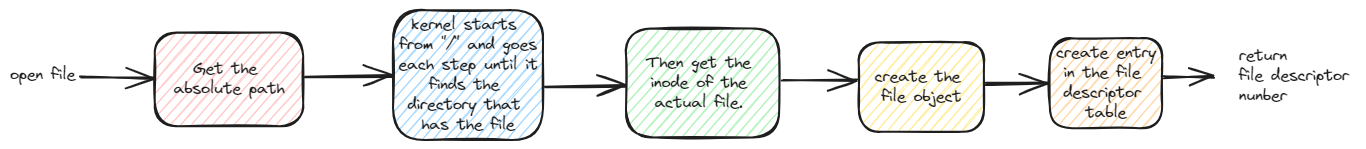
Before: static/img/access-file-inode.excalidraw.png, a diagram exported from Excalidraw (swaroopar/inprogress-engineer). Source tidied: one line per element, renumbered; positions are measured from the earlier drawing's top-left corner, leaving out a move shared by most shapes. Source of this version:
```json
{"id": 0, "type": "rectangle", "strokeColor": "#1e1e1e", "backgroundColor": "#ffc9c9", "fillStyle": "hachure", "strokeWidth": 2, "roughness": 1, "round": true, "x": 145, "y": 23, "width": 148, "height": 94}
{"id": 1, "type": "text", "text": "Get the \nabsolute path", "strokeColor": "#1e1e1e", "strokeWidth": 2, "roughness": 1, "fontSize": 16, "fontFamily": 1, "textAlign": "center", "verticalAlign": "middle", "inside": 0, "x": 164, "y": 49, "width": 111, "height": 40}
{"id": 2, "type": "arrow", "strokeColor": "#1e1e1e", "strokeWidth": 2, "roughness": 1, "endArrowhead": "arrow", "round": true, "x": 294, "y": 67, "width": 88, "height": 0, "points": [[0, 0], [88, 0]]}
{"id": 3, "type": "rectangle", "strokeColor": "#1e1e1e", "backgroundColor": "#a5d8ff", "fillStyle": "hachure", "strokeWidth": 2, "roughness": 1, "round": true, "x": 383, "y": 0, "width": 150, "height": 130}
{"id": 4, "type": "text", "text": "kernel starts \nfrom \"/\" and goes\neach step until it\nfinds the \ndirectory that \nhas the file", "strokeColor": "#1e1e1e", "strokeWidth": 2, "roughness": 1, "fontSize": 16, "fontFamily": 1, "textAlign": "center", "verticalAlign": "middle", "inside": 3, "x": 388, "y": 5, "width": 140, "height": 120}
{"id": 5, "type": "arrow", "strokeColor": "#1e1e1e", "strokeWidth": 2, "roughness": 1, "endArrowhead": "arrow", "round": true, "x": 535, "y": 76, "width": 80, "height": 0, "points": [[0, 0], [80, 0]]}
{"id": 6, "type": "rectangle", "strokeColor": "#1e1e1e", "backgroundColor": "#b2f2bb", "fillStyle": "hachure", "strokeWidth": 2, "roughness": 1, "round": true, "x": 616, "y": 19, "width": 153, "height": 109}
{"id": 7, "type": "text", "text": "Then get the \ninode of the \nactual file. ", "strokeColor": "#1e1e1e", "strokeWidth": 2, "roughness": 1, "fontSize": 16, "fontFamily": 1, "textAlign": "center", "verticalAlign": "middle", "inside": 6, "x": 636, "y": 43, "width": 112, "height": 60}
{"id": 8, "type": "arrow", "strokeColor": "#1e1e1e", "strokeWidth": 2, "roughness": 1, "endArrowhead": "arrow", "round": true, "x": 773, "y": 70, "width": 75, "height": 0, "points": [[0, 0], [75, 0]]}
{"id": 9, "type": "rectangle", "strokeColor": "#1e1e1e", "backgroundColor": "#ffec99", "fillStyle": "hachure", "strokeWidth": 2, "roughness": 1, "round": true, "x": 849, "y": 32, "width": 125, "height": 90}
{"id": 10, "type": "text", "text": "create the \nfile object", "strokeColor": "#1e1e1e", "strokeWidth": 2, "roughness": 1, "fontSize": 16, "fontFamily": 1, "textAlign": "center", "verticalAlign": "middle", "inside": 9, "x": 864, "y": 57, "width": 94, "height": 40}
{"id": 11, "type": "arrow", "strokeColor": "#1e1e1e", "strokeWidth": 2, "roughness": 1, "endArrowhead": "arrow", "round": true, "x": 975, "y": 74, "width": 64, "height": 0, "points": [[0, 0], [64, 0]]}
{"id": 12, "type": "rectangle", "strokeColor": "#1e1e1e", "backgroundColor": "#ffd8a8", "fillStyle": "hachure", "strokeWidth": 2, "roughness": 1, "round": true, "x": 1040, "y": 28, "width": 112, "height": 90}
{"id": 13, "type": "text", "text": "create entry\nin the file \ndescriptor \ntable", "strokeColor": "#1e1e1e", "strokeWidth": 2, "roughness": 1, "fontSize": 16, "fontFamily": 1, "textAlign": "center", "verticalAlign": "middle", "inside": 12, "x": 1046, "y": 33, "width": 100, "height": 80}
{"id": 14, "type": "arrow", "strokeColor": "#1e1e1e", "strokeWidth": 2, "roughness": 1, "endArrowhead": "arrow", "round": true, "from": 15, "x": 71, "y": 67, "width": 74, "height": 0, "points": [[0, 0], [74, 0]]}
{"id": 15, "type": "text", "text": "open file", "strokeColor": "#1e1e1e", "strokeWidth": 2, "roughness": 1, "fontSize": 16, "fontFamily": 1, "x": 0, "y": 55, "width": 65, "height": 20}
{"id": 16, "type": "arrow", "strokeColor": "#1e1e1e", "backgroundColor": "#ffd8a8", "fillStyle": "hachure", "strokeWidth": 2, "roughness": 1, "endArrowhead": "arrow", "round": true, "x": 1153, "y": 67, "width": 51, "height": 0, "points": [[0, 0], [51, 0]]}
{"id": 17, "type": "text", "text": "return \nfile descriptor \nnunber", "strokeColor": "#1e1e1e", "backgroundColor": "#ffd8a8", "fillStyle": "hachure", "strokeWidth": 2, "roughness": 1, "fontSize": 16, "fontFamily": 1, "x": 1229, "y": 36, "width": 118, "height": 60}
```
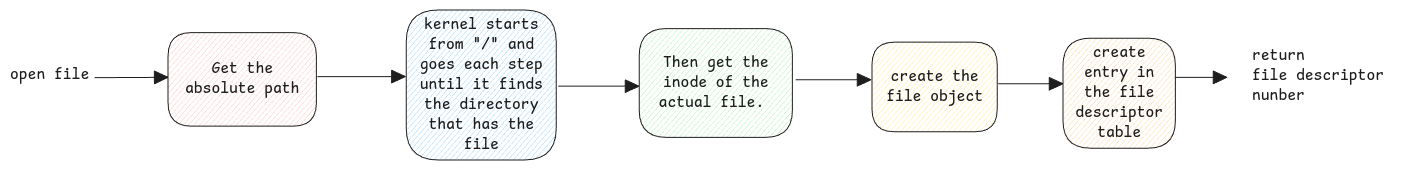
After the commit.

Diff of the diagram source:
```diff
@@ -1,18 +1,18 @@
-{"id": 0, "type": "rectangle", "strokeColor": "#1e1e1e", "backgroundColor": "#ffc9c9", "fillStyle": "hachure", "strokeWidth": 2, "roughness": 1, "round": true, "x": 145, "y": 23, "width": 148, "height": 94}
+{"id": 0, "type": "rectangle", "strokeColor": "#1e1e1e", "backgroundColor": "#ffc9c9", "fillStyle": "hachure", "strokeWidth": 1, "roughness": 0, "round": true, "x": 145, "y": 23, "width": 148, "height": 94}
-{"id": 1, "type": "text", "text": "Get the \nabsolute path", "strokeColor": "#1e1e1e", "strokeWidth": 2, "roughness": 1, "fontSize": 16, "fontFamily": 1, "textAlign": "center", "verticalAlign": "middle", "inside": 0, "x": 164, "y": 49, "width": 111, "height": 40}
+{"id": 1, "type": "text", "text": "Get the\nabsolute path", "strokeColor": "#1e1e1e", "strokeWidth": 2, "roughness": 1, "fontSize": 16, "fontFamily": 8, "textAlign": "center", "verticalAlign": "middle", "inside": 0, "x": 162, "y": 49, "width": 114, "height": 40}
-{"id": 2, "type": "arrow", "strokeColor": "#1e1e1e", "strokeWidth": 2, "roughness": 1, "endArrowhead": "arrow", "round": true, "x": 294, "y": 67, "width": 88, "height": 0, "points": [[0, 0], [88, 0]]}
+{"id": 2, "type": "arrow", "strokeColor": "#1e1e1e", "strokeWidth": 1, "roughness": 0, "endArrowhead": "triangle", "round": true, "x": 294, "y": 67, "width": 88, "height": 0, "points": [[0, 0], [88, 0]]}
-{"id": 3, "type": "rectangle", "strokeColor": "#1e1e1e", "backgroundColor": "#a5d8ff", "fillStyle": "hachure", "strokeWidth": 2, "roughness": 1, "round": true, "x": 383, "y": 0, "width": 150, "height": 130}
+{"id": 3, "type": "rectangle", "strokeColor": "#1e1e1e", "backgroundColor": "#a5d8ff", "fillStyle": "hachure", "strokeWidth": 1, "roughness": 0, "round": true, "x": 383, "y": 0, "width": 150, "height": 150}
-{"id": 4, "type": "text", "text": "kernel starts \nfrom \"/\" and goes\neach step until it\nfinds the \ndirectory that \nhas the file", "strokeColor": "#1e1e1e", "strokeWidth": 2, "roughness": 1, "fontSize": 16, "fontFamily": 1, "textAlign": "center", "verticalAlign": "middle", "inside": 3, "x": 388, "y": 5, "width": 140, "height": 120}
+{"id": 4, "type": "text", "text": "kernel starts\nfrom \"/\" and\ngoes each step\nuntil it finds\nthe directory\nthat has the\nfile", "strokeColor": "#1e1e1e", "strokeWidth": 2, "roughness": 1, "fontSize": 16, "fontFamily": 8, "textAlign": "center", "verticalAlign": "middle", "inside": 3, "x": 396, "y": 5, "width": 123, "height": 140}
-{"id": 5, "type": "arrow", "strokeColor": "#1e1e1e", "strokeWidth": 2, "roughness": 1, "endArrowhead": "arrow", "round": true, "x": 535, "y": 76, "width": 80, "height": 0, "points": [[0, 0], [80, 0]]}
+{"id": 5, "type": "arrow", "strokeColor": "#1e1e1e", "strokeWidth": 1, "roughness": 0, "endArrowhead": "triangle", "round": true, "x": 535, "y": 76, "width": 80, "height": 0, "points": [[0, 0], [80, 0]]}
-{"id": 6, "type": "rectangle", "strokeColor": "#1e1e1e", "backgroundColor": "#b2f2bb", "fillStyle": "hachure", "strokeWidth": 2, "roughness": 1, "round": true, "x": 616, "y": 19, "width": 153, "height": 109}
+{"id": 6, "type": "rectangle", "strokeColor": "#1e1e1e", "backgroundColor": "#b2f2bb", "fillStyle": "hachure", "strokeWidth": 1, "roughness": 0, "round": true, "x": 616, "y": 19, "width": 153, "height": 109}
-{"id": 7, "type": "text", "text": "Then get the \ninode of the \nactual file. ", "strokeColor": "#1e1e1e", "strokeWidth": 2, "roughness": 1, "fontSize": 16, "fontFamily": 1, "textAlign": "center", "verticalAlign": "middle", "inside": 6, "x": 636, "y": 43, "width": 112, "height": 60}
+{"id": 7, "type": "text", "text": "Then get the\ninode of the\nactual file. ", "strokeColor": "#1e1e1e", "strokeWidth": 2, "roughness": 1, "fontSize": 16, "fontFamily": 8, "textAlign": "center", "verticalAlign": "middle", "inside": 6, "x": 635, "y": 43, "width": 114, "height": 60}
-{"id": 8, "type": "arrow", "strokeColor": "#1e1e1e", "strokeWidth": 2, "roughness": 1, "endArrowhead": "arrow", "round": true, "x": 773, "y": 70, "width": 75, "height": 0, "points": [[0, 0], [75, 0]]}
+{"id": 8, "type": "arrow", "strokeColor": "#1e1e1e", "strokeWidth": 1, "roughness": 0, "endArrowhead": "triangle", "round": true, "x": 773, "y": 70, "width": 75, "height": 0, "points": [[0, 0], [75, 0]]}
-{"id": 9, "type": "rectangle", "strokeColor": "#1e1e1e", "backgroundColor": "#ffec99", "fillStyle": "hachure", "strokeWidth": 2, "roughness": 1, "round": true, "x": 849, "y": 32, "width": 125, "height": 90}
+{"id": 9, "type": "rectangle", "strokeColor": "#1e1e1e", "backgroundColor": "#ffec99", "fillStyle": "hachure", "strokeWidth": 1, "roughness": 0, "round": true, "x": 849, "y": 32, "width": 125, "height": 90}
-{"id": 10, "type": "text", "text": "create the \nfile object", "strokeColor": "#1e1e1e", "strokeWidth": 2, "roughness": 1, "fontSize": 16, "fontFamily": 1, "textAlign": "center", "verticalAlign": "middle", "inside": 9, "x": 864, "y": 57, "width": 94, "height": 40}
+{"id": 10, "type": "text", "text": "create the\nfile object", "strokeColor": "#1e1e1e", "strokeWidth": 2, "roughness": 1, "fontSize": 16, "fontFamily": 8, "textAlign": "center", "verticalAlign": "middle", "inside": 9, "x": 863, "y": 57, "width": 97, "height": 40}
-{"id": 11, "type": "arrow", "strokeColor": "#1e1e1e", "strokeWidth": 2, "roughness": 1, "endArrowhead": "arrow", "round": true, "x": 975, "y": 74, "width": 64, "height": 0, "points": [[0, 0], [64, 0]]}
+{"id": 11, "type": "arrow", "strokeColor": "#1e1e1e", "strokeWidth": 1, "roughness": 0, "endArrowhead": "triangle", "round": true, "x": 975, "y": 74, "width": 64, "height": 0, "points": [[0, 0], [64, 0]]}
-{"id": 12, "type": "rectangle", "strokeColor": "#1e1e1e", "backgroundColor": "#ffd8a8", "fillStyle": "hachure", "strokeWidth": 2, "roughness": 1, "round": true, "x": 1040, "y": 28, "width": 112, "height": 90}
+{"id": 12, "type": "rectangle", "strokeColor": "#1e1e1e", "backgroundColor": "#ffd8a8", "fillStyle": "hachure", "strokeWidth": 1, "roughness": 0, "round": true, "x": 1040, "y": 28, "width": 112, "height": 110}
-{"id": 13, "type": "text", "text": "create entry\nin the file \ndescriptor \ntable", "strokeColor": "#1e1e1e", "strokeWidth": 2, "roughness": 1, "fontSize": 16, "fontFamily": 1, "textAlign": "center", "verticalAlign": "middle", "inside": 12, "x": 1046, "y": 33, "width": 100, "height": 80}
+{"id": 13, "type": "text", "text": "create\nentry in\nthe file\ndescriptor\ntable", "strokeColor": "#1e1e1e", "strokeWidth": 2, "roughness": 1, "fontSize": 16, "fontFamily": 8, "textAlign": "center", "verticalAlign": "middle", "inside": 12, "x": 1052, "y": 33, "width": 88, "height": 100}
-{"id": 14, "type": "arrow", "strokeColor": "#1e1e1e", "strokeWidth": 2, "roughness": 1, "endArrowhead": "arrow", "round": true, "from": 15, "x": 71, "y": 67, "width": 74, "height": 0, "points": [[0, 0], [74, 0]]}
+{"id": 14, "type": "arrow", "strokeColor": "#1e1e1e", "strokeWidth": 1, "roughness": 0, "endArrowhead": "triangle", "round": true, "from": 15, "x": 72, "y": 68, "width": 73, "height": 0, "points": [[0, 0], [73, 0]]}
-{"id": 15, "type": "text", "text": "open file", "strokeColor": "#1e1e1e", "strokeWidth": 2, "roughness": 1, "fontSize": 16, "fontFamily": 1, "x": 0, "y": 55, "width": 65, "height": 20}
+{"id": 15, "type": "text", "text": "open file", "strokeColor": "#1e1e1e", "strokeWidth": 1, "roughness": 0, "fontSize": 16, "fontFamily": 8, "x": -13, "y": 55, "width": 79, "height": 20}
-{"id": 16, "type": "arrow", "strokeColor": "#1e1e1e", "backgroundColor": "#ffd8a8", "fillStyle": "hachure", "strokeWidth": 2, "roughness": 1, "endArrowhead": "arrow", "round": true, "x": 1153, "y": 67, "width": 51, "height": 0, "points": [[0, 0], [51, 0]]}
+{"id": 16, "type": "arrow", "strokeColor": "#1e1e1e", "backgroundColor": "#ffd8a8", "fillStyle": "hachure", "strokeWidth": 1, "roughness": 0, "endArrowhead": "triangle", "round": true, "x": 1153, "y": 67, "width": 51, "height": 0, "points": [[0, 0], [51, 0]]}
-{"id": 17, "type": "text", "text": "return \nfile descriptor \nnunber", "strokeColor": "#1e1e1e", "backgroundColor": "#ffd8a8", "fillStyle": "hachure", "strokeWidth": 2, "roughness": 1, "fontSize": 16, "fontFamily": 1, "x": 1229, "y": 36, "width": 118, "height": 60}
+{"id": 17, "type": "text", "text": "return \nfile descriptor \nnunber", "strokeColor": "#1e1e1e", "backgroundColor": "#ffd8a8", "fillStyle": "hachure", "strokeWidth": 1, "roughness": 0, "fontSize": 16, "fontFamily": 8, "x": 1229, "y": 36, "width": 141, "height": 60}
```
